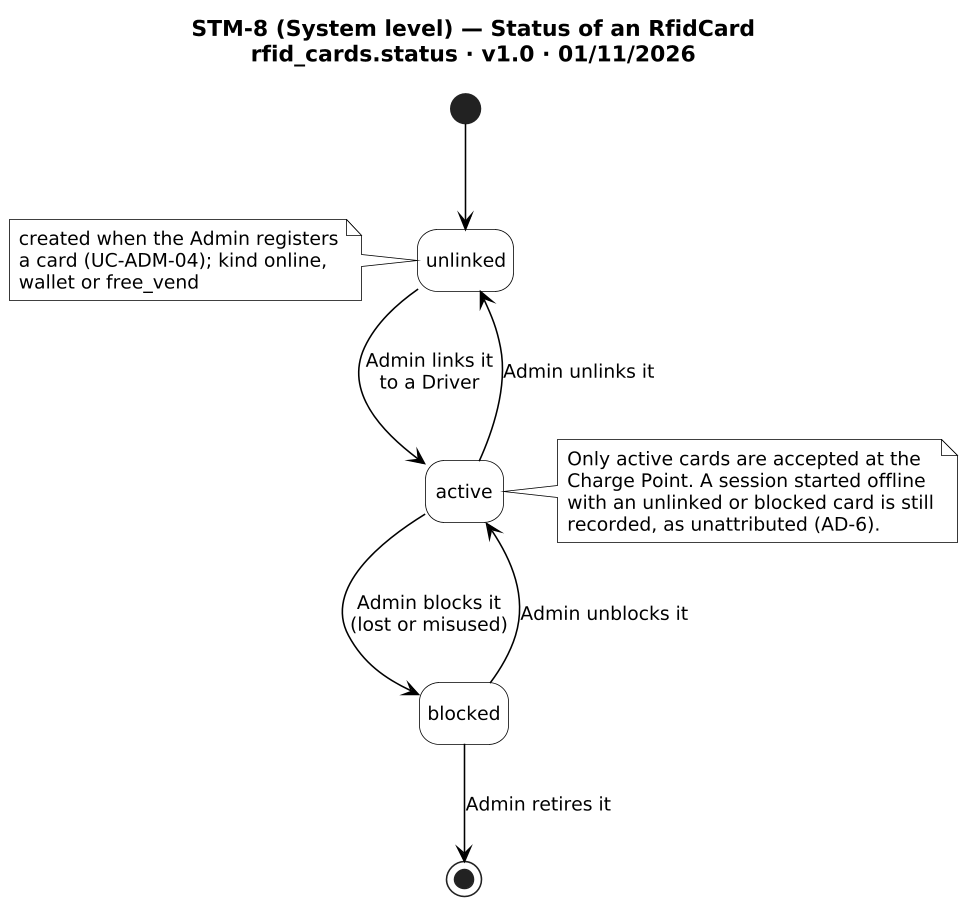
The PlantUML diagram diagrams/report4/state/STM-8/STM-8.png in PowerMeApp/powerme, before a commit. The source it was exported from:
```plantuml
@startuml STM-8
!include _style.iuml
title STM-8 (System level) — Status of an RfidCard\nrfid_cards.status · v1.0 · 01/11/2026

[*] --> unlinked
note left of unlinked
  created when the Admin registers
  a card (UC-ADM-04); kind online,
  wallet or free_vend
end note
unlinked --> active : Admin links it\nto a Driver
active --> unlinked : Admin unlinks it
active --> blocked : Admin blocks it\n(lost or misused)
blocked --> active : Admin unblocks it
blocked --> [*] : Admin retires it
note right of active
  Only active cards are accepted at the
  Charge Point. A session started offline
  with an unlinked or blocked card is still
  recorded, as unattributed (AD-6).
end note
@enduml
```
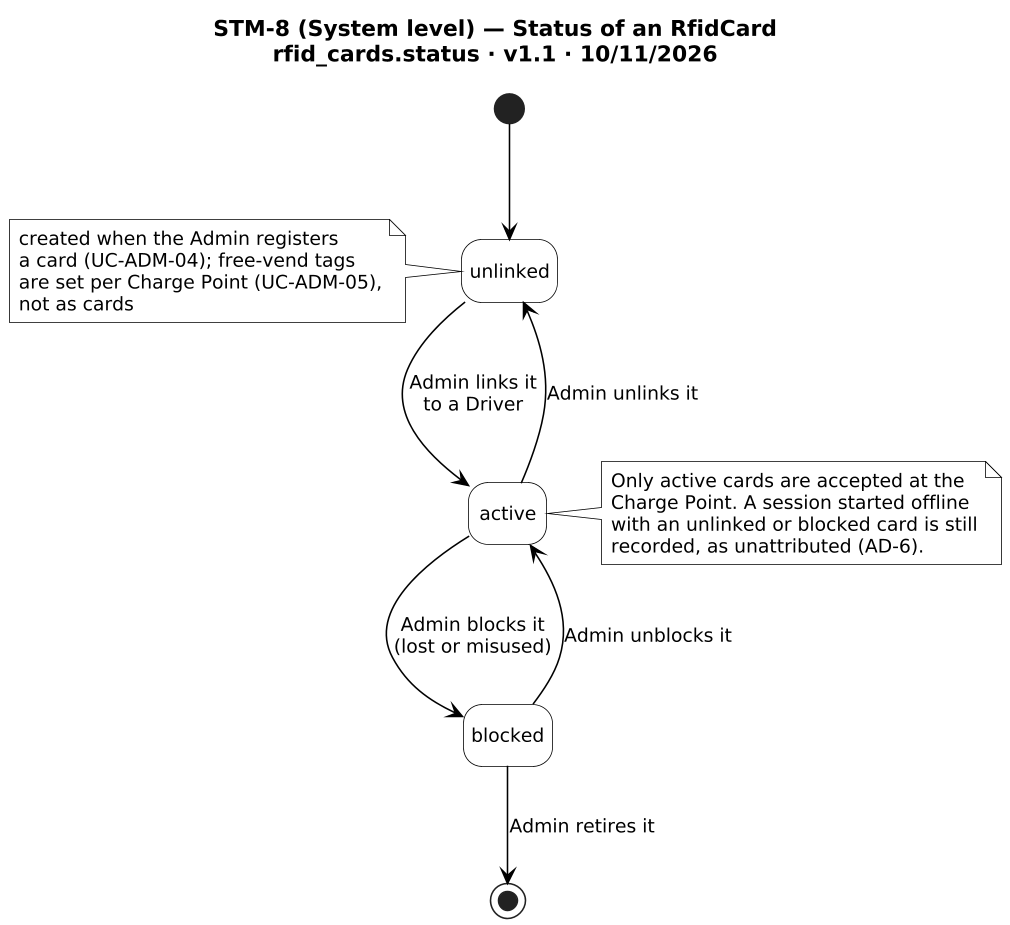
After the change.

The edit, as a diff of the source:
```diff
@@ -1,12 +1,13 @@
 @startuml STM-8
 !include _style.iuml
-title STM-8 (System level) — Status of an RfidCard\nrfid_cards.status · v1.0 · 01/11/2026
+title STM-8 (System level) — Status of an RfidCard\nrfid_cards.status · v1.1 · 10/11/2026
 
 [*] --> unlinked
 note left of unlinked
   created when the Admin registers
-  a card (UC-ADM-04); kind online,
-  wallet or free_vend
+  a card (UC-ADM-04); free-vend tags
+  are set per Charge Point (UC-ADM-05),
+  not as cards
 end note
 unlinked --> active : Admin links it\nto a Driver
 active --> unlinked : Admin unlinks it
```
